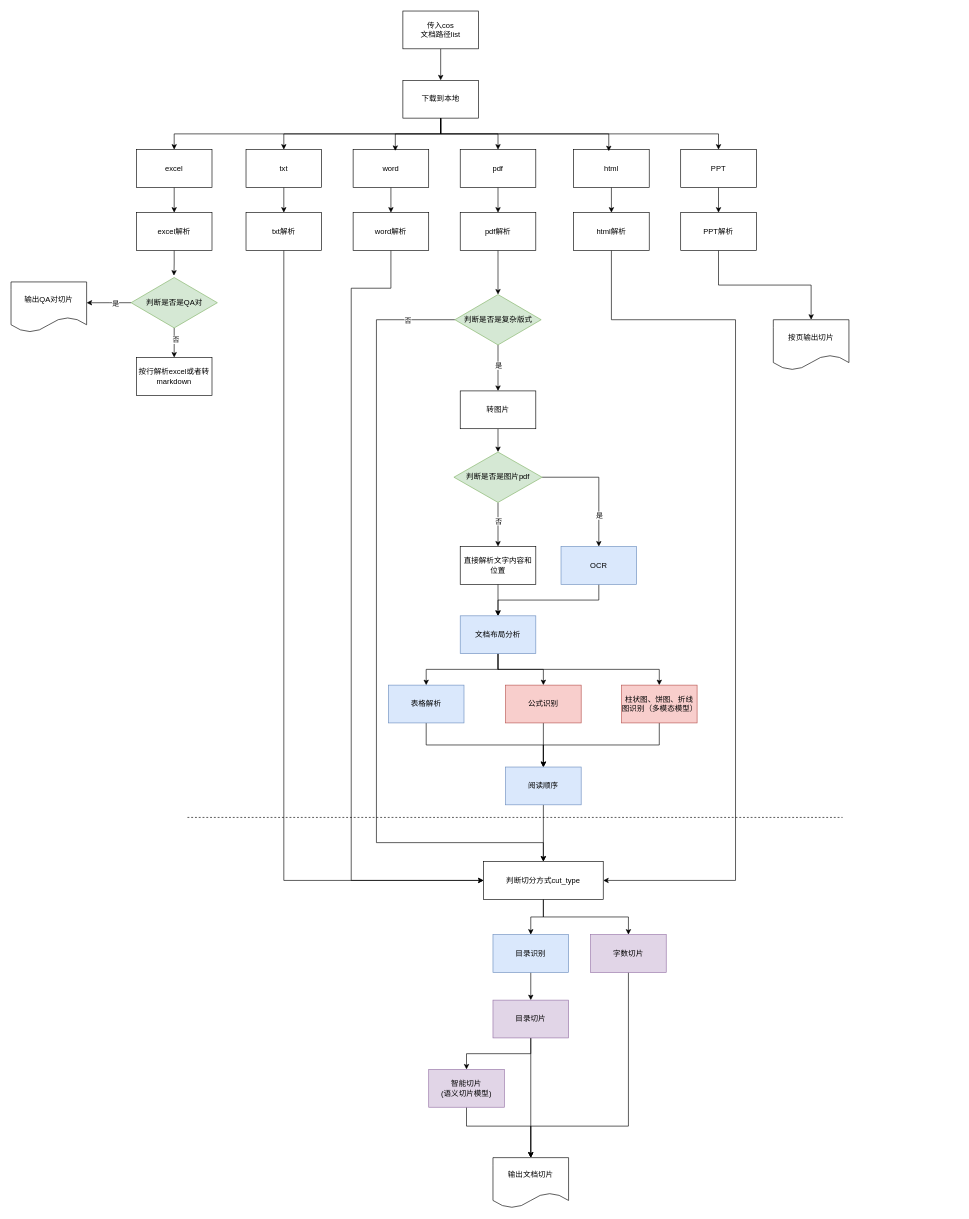
Before: Untitled Diagram.drawio in archwolf118/AI, a draw.io diagram. Source tidied: cells renumbered, new cells numbered last; positions are measured from the earlier drawing's top-left corner, leaving out a move shared by most shapes. Both pictures are drawn from the tidied source at 63%, with x=0, y=0 at pixel (11, 11).
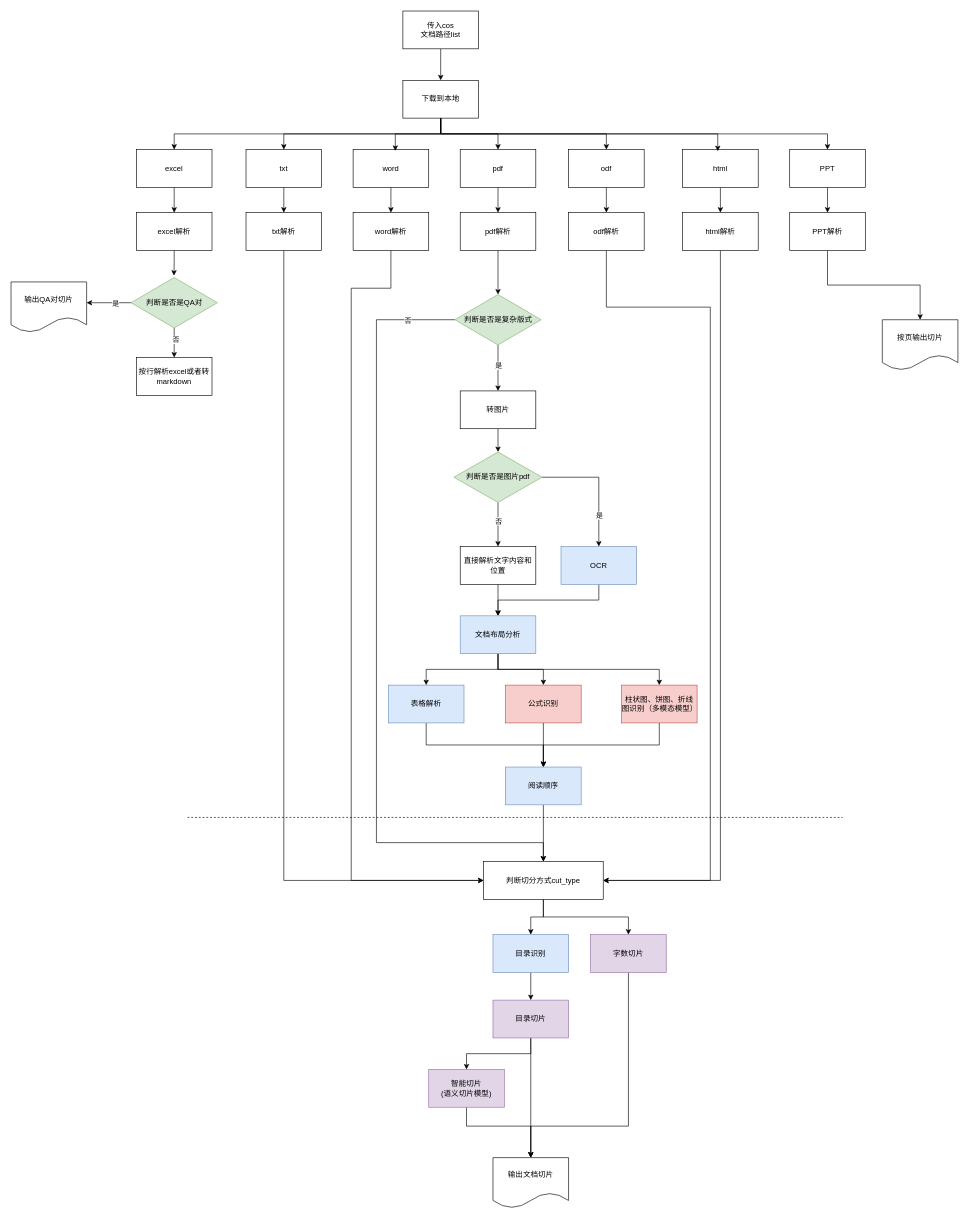
After the change.

Unchanged cells that the change refers to:
```xml
<mxCell id="8" value="下载到本地" style="rounded=0;whiteSpace=wrap;html=1;" parent="1" vertex="1">
  <mxGeometry x="622" y="110" width="120" height="60" as="geometry" />
</mxCell>
<mxCell id="83" value="判断切分方式cut_type" style="rounded=0;whiteSpace=wrap;html=1;" parent="1" vertex="1">
  <mxGeometry x="750" y="1350" width="190" height="60" as="geometry" />
</mxCell>
```

What changed in the source:
```diff
@@
+    <mxCell id="85" style="edgeStyle=orthogonalEdgeStyle;rounded=0;jettySize=auto;html=1;exitX=0.5;exitY=1;exitDx=0;exitDy=0;entryX=0.5;entryY=0;entryDx=0;entryDy=0;" parent="1" edge="1" source="8" target="87">
+      <mxGeometry relative="1" as="geometry" />
+    </mxCell>
@@
     <mxCell id="16" value="html" style="rounded=0;whiteSpace=wrap;html=1;" parent="1" vertex="1">
-      <mxGeometry x="893" y="220" width="120" height="60" as="geometry" />
+      <mxGeometry x="1066" y="220" width="120" height="60" as="geometry" />
     </mxCell>
@@
     <mxCell id="20" value="PPT" style="rounded=0;whiteSpace=wrap;html=1;" parent="1" vertex="1">
-      <mxGeometry x="1063" y="220" width="120" height="60" as="geometry" />
+      <mxGeometry x="1236" y="220" width="120" height="60" as="geometry" />
     </mxCell>
@@
     <mxCell id="49" style="edgeStyle=orthogonalEdgeStyle;rounded=0;jettySize=auto;html=1;exitX=0.5;exitY=1;exitDx=0;exitDy=0;entryX=1;entryY=0.5;entryDx=0;entryDy=0;" parent="1" edge="1" source="50" target="83">
       <mxGeometry relative="1" as="geometry">
         <Array as="points">
-          <mxPoint x="953" y="490" />
-          <mxPoint x="1150" y="490" />
-          <mxPoint x="1150" y="1380" />
+          <mxPoint x="1126" y="1380" />
         </Array>
       </mxGeometry>
     </mxCell>
     <mxCell id="50" value="html解析" style="rounded=0;whiteSpace=wrap;html=1;" parent="1" vertex="1">
-      <mxGeometry x="893" y="320" width="120" height="60" as="geometry" />
+      <mxGeometry x="1066" y="320" width="120" height="60" as="geometry" />
     </mxCell>
@@
     <mxCell id="52" value="PPT解析" style="rounded=0;whiteSpace=wrap;html=1;" parent="1" vertex="1">
-      <mxGeometry x="1063" y="320" width="120" height="60" as="geometry" />
+      <mxGeometry x="1236" y="320" width="120" height="60" as="geometry" />
     </mxCell>
@@
     <mxCell id="84" value="按页输出切片" style="shape=document;whiteSpace=wrap;html=1;boundedLbl=1;" parent="1" vertex="1">
-      <mxGeometry x="1210" y="490" width="120" height="80" as="geometry" />
+      <mxGeometry x="1383" y="490" width="120" height="80" as="geometry" />
     </mxCell>
+    <mxCell id="86" style="edgeStyle=orthogonalEdgeStyle;rounded=0;jettySize=auto;html=1;exitX=0.5;exitY=1;exitDx=0;exitDy=0;entryX=0.5;entryY=0;entryDx=0;entryDy=0;" parent="1" edge="1" source="87" target="89">
+      <mxGeometry relative="1" as="geometry" />
+    </mxCell>
+    <mxCell id="87" value="odf" style="rounded=0;whiteSpace=wrap;html=1;" parent="1" vertex="1">
+      <mxGeometry x="885" y="220" width="120" height="60" as="geometry" />
+    </mxCell>
+    <mxCell id="88" style="edgeStyle=orthogonalEdgeStyle;rounded=0;jettySize=auto;html=1;exitX=0.5;exitY=1;exitDx=0;exitDy=0;entryX=1;entryY=0.5;entryDx=0;entryDy=0;" parent="1" edge="1" source="89" target="83">
+      <mxGeometry relative="1" as="geometry">
+        <Array as="points">
+          <mxPoint x="945" y="470" />
+          <mxPoint x="1110" y="470" />
+          <mxPoint x="1110" y="1380" />
+        </Array>
+      </mxGeometry>
+    </mxCell>
+    <mxCell id="89" value="odf解析" style="rounded=0;whiteSpace=wrap;html=1;" parent="1" vertex="1">
+      <mxGeometry x="885" y="320" width="120" height="60" as="geometry" />
+    </mxCell>
```
